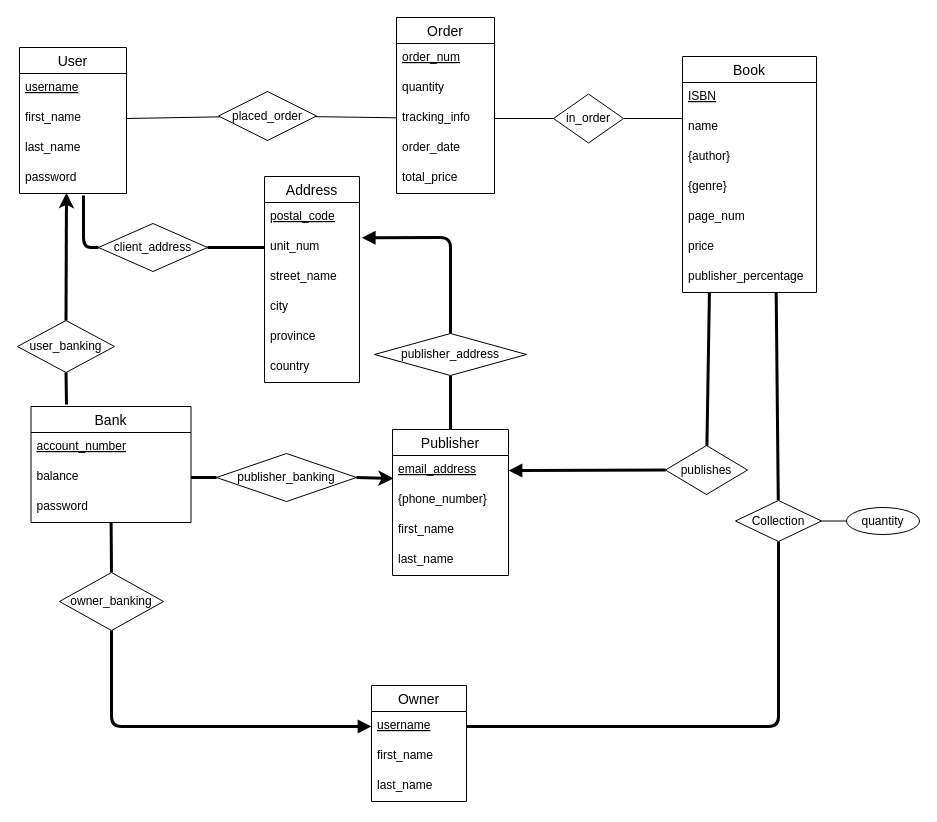
Before: Diagrams/2.1 Conceptual Design.drawio in MiniEinsteinD/BookStore, a draw.io diagram. Source tidied: cells renumbered, new cells numbered last; positions are measured from the earlier drawing's top-left corner, leaving out a move shared by most shapes. Both pictures are drawn from the tidied source at 100%, with x=0, y=0 at pixel (17, 17).
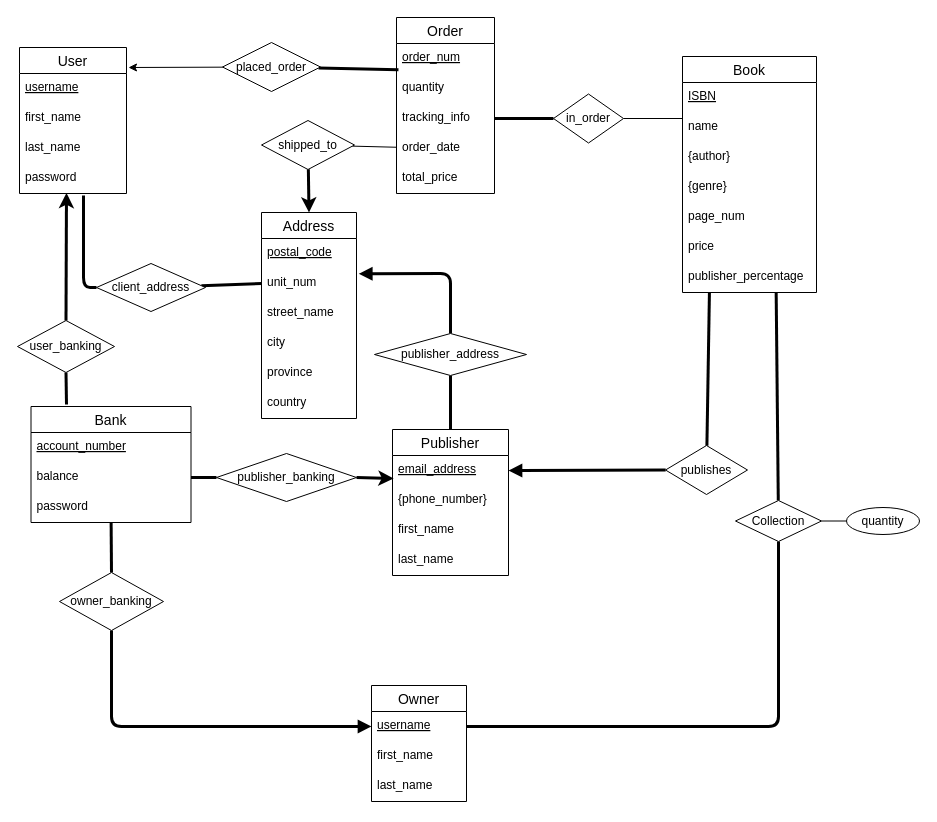
The same page after the edit.

The change refers to these unchanged cells:
```xml
<mxCell id="4" value="first_name        " style="text;strokeColor=none;fillColor=none;spacingLeft=4;spacingRight=4;overflow=hidden;points=[[0,0.5],[1,0.5]];portConstraint=eastwest;fontSize=12;fontColor=default;" parent="2" vertex="1">
  <mxGeometry y="56" width="107" height="30" as="geometry" />
</mxCell>
<mxCell id="29" value="unit_num" style="text;strokeColor=none;fillColor=none;spacingLeft=4;spacingRight=4;overflow=hidden;points=[[0,0.5],[1,0.5]];portConstraint=eastwest;fontSize=12;" parent="27" vertex="1">
  <mxGeometry y="56" width="95" height="30" as="geometry" />
</mxCell>
<mxCell id="57" value="publisher_address" style="shape=rhombus;perimeter=rhombusPerimeter;whiteSpace=wrap;html=1;align=center;fontColor=default;" parent="1" vertex="1">
  <mxGeometry x="357" y="316" width="152" height="42" as="geometry" />
</mxCell>
<mxCell id="60" value="quantity" style="text;strokeColor=none;fillColor=none;spacingLeft=4;spacingRight=4;overflow=hidden;points=[[0,0.5],[1,0.5]];portConstraint=eastwest;fontSize=12;" parent="58" vertex="1">
  <mxGeometry y="56" width="98" height="30" as="geometry" />
</mxCell>
<mxCell id="61" value="tracking_info" style="text;strokeColor=none;fillColor=none;spacingLeft=4;spacingRight=4;overflow=hidden;points=[[0,0.5],[1,0.5]];portConstraint=eastwest;fontSize=12;" parent="58" vertex="1">
  <mxGeometry y="86" width="98" height="30" as="geometry" />
</mxCell>
<mxCell id="62" value="order_date" style="text;strokeColor=none;fillColor=none;spacingLeft=4;spacingRight=4;overflow=hidden;points=[[0,0.5],[1,0.5]];portConstraint=eastwest;fontSize=12;" parent="58" vertex="1">
  <mxGeometry y="116" width="98" height="30" as="geometry" />
</mxCell>
<mxCell id="66" value="in_order" style="shape=rhombus;perimeter=rhombusPerimeter;whiteSpace=wrap;html=1;align=center;fontColor=default;" parent="1" vertex="1">
  <mxGeometry x="536" y="76.5" width="70" height="49" as="geometry" />
</mxCell>
```

What changed in the source:
```diff
@@
     <mxCell id="27" value="Address" style="swimlane;fontStyle=0;horizontal=1;startSize=26;align=center;fontSize=14;" parent="1" vertex="1">
-      <mxGeometry x="247" y="159" width="95" height="206" as="geometry" />
+      <mxGeometry x="244" y="195" width="95" height="206" as="geometry" />
     </mxCell>
@@
     <mxCell id="35" style="edgeStyle=none;html=1;endArrow=none;endFill=0;strokeWidth=3;exitX=0;exitY=0.5;exitDx=0;exitDy=0;" parent="1" edge="1" source="36">
       <mxGeometry relative="1" as="geometry">
         <mxPoint x="66" y="178" as="targetPoint" />
         <Array as="points">
-          <mxPoint x="66" y="230" />
+          <mxPoint x="66" y="270" />
         </Array>
       </mxGeometry>
     </mxCell>
     <mxCell id="36" value="client_address" style="shape=rhombus;perimeter=rhombusPerimeter;whiteSpace=wrap;html=1;align=center;fontColor=default;" parent="1" vertex="1">
-      <mxGeometry x="81" y="206" width="109" height="48" as="geometry" />
+      <mxGeometry x="79" y="246" width="109" height="48" as="geometry" />
     </mxCell>
@@
     <mxCell id="56" style="edgeStyle=none;html=1;entryX=1.024;entryY=0.176;entryDx=0;entryDy=0;entryPerimeter=0;endArrow=block;endFill=1;strokeWidth=3;" parent="1" edge="1" source="57" target="29">
       <mxGeometry relative="1" as="geometry">
         <Array as="points">
-          <mxPoint x="433" y="220" />
+          <mxPoint x="433" y="256" />
         </Array>
       </mxGeometry>
     </mxCell>
@@
-    <mxCell id="64" style="edgeStyle=none;html=1;entryX=1;entryY=0.5;entryDx=0;entryDy=0;endArrow=none;endFill=0;" parent="1" edge="1" source="66" target="61">
+    <mxCell id="64" style="edgeStyle=none;html=1;entryX=1;entryY=0.5;entryDx=0;entryDy=0;endArrow=none;endFill=0;strokeWidth=3;" parent="1" edge="1" source="66" target="61">
       <mxGeometry relative="1" as="geometry" />
     </mxCell>
@@
-    <mxCell id="67" style="edgeStyle=none;html=1;endArrow=none;endFill=0;" parent="1" edge="1" source="69" target="61">
+    <mxCell id="67" style="edgeStyle=none;html=1;endArrow=none;endFill=0;entryX=0.02;entryY=-0.127;entryDx=0;entryDy=0;entryPerimeter=0;strokeWidth=3;" parent="1" edge="1" source="69" target="60">
       <mxGeometry relative="1" as="geometry" />
     </mxCell>
-    <mxCell id="68" style="edgeStyle=none;html=1;entryX=1;entryY=0.5;entryDx=0;entryDy=0;endArrow=none;endFill=0;" parent="1" edge="1" source="69" target="4">
-      <mxGeometry relative="1" as="geometry" />
+    <mxCell id="68" style="edgeStyle=none;html=1;endArrow=classic;endFill=1;strokeWidth=1;" parent="1" edge="1" source="69">
+      <mxGeometry relative="1" as="geometry">
+        <mxPoint x="111" y="50" as="targetPoint" />
+      </mxGeometry>
     </mxCell>
     <mxCell id="69" value="placed_order" style="shape=rhombus;perimeter=rhombusPerimeter;whiteSpace=wrap;html=1;align=center;fontColor=default;" parent="1" vertex="1">
-      <mxGeometry x="201" y="74" width="98" height="49" as="geometry" />
+      <mxGeometry x="205" y="25" width="98" height="49" as="geometry" />
     </mxCell>
+    <mxCell id="70" style="edgeStyle=none;html=1;endArrow=none;endFill=0;" parent="1" edge="1" source="72" target="62">
+      <mxGeometry relative="1" as="geometry" />
+    </mxCell>
+    <mxCell id="71" style="edgeStyle=none;html=1;entryX=0.5;entryY=0;entryDx=0;entryDy=0;endArrow=classic;endFill=1;strokeWidth=3;" parent="1" edge="1" source="72" target="27">
+      <mxGeometry relative="1" as="geometry" />
+    </mxCell>
+    <mxCell id="72" value="shipped_to" style="shape=rhombus;perimeter=rhombusPerimeter;whiteSpace=wrap;html=1;align=center;fontColor=default;" parent="1" vertex="1">
+      <mxGeometry x="244" y="103" width="93" height="49" as="geometry" />
+    </mxCell>
```
